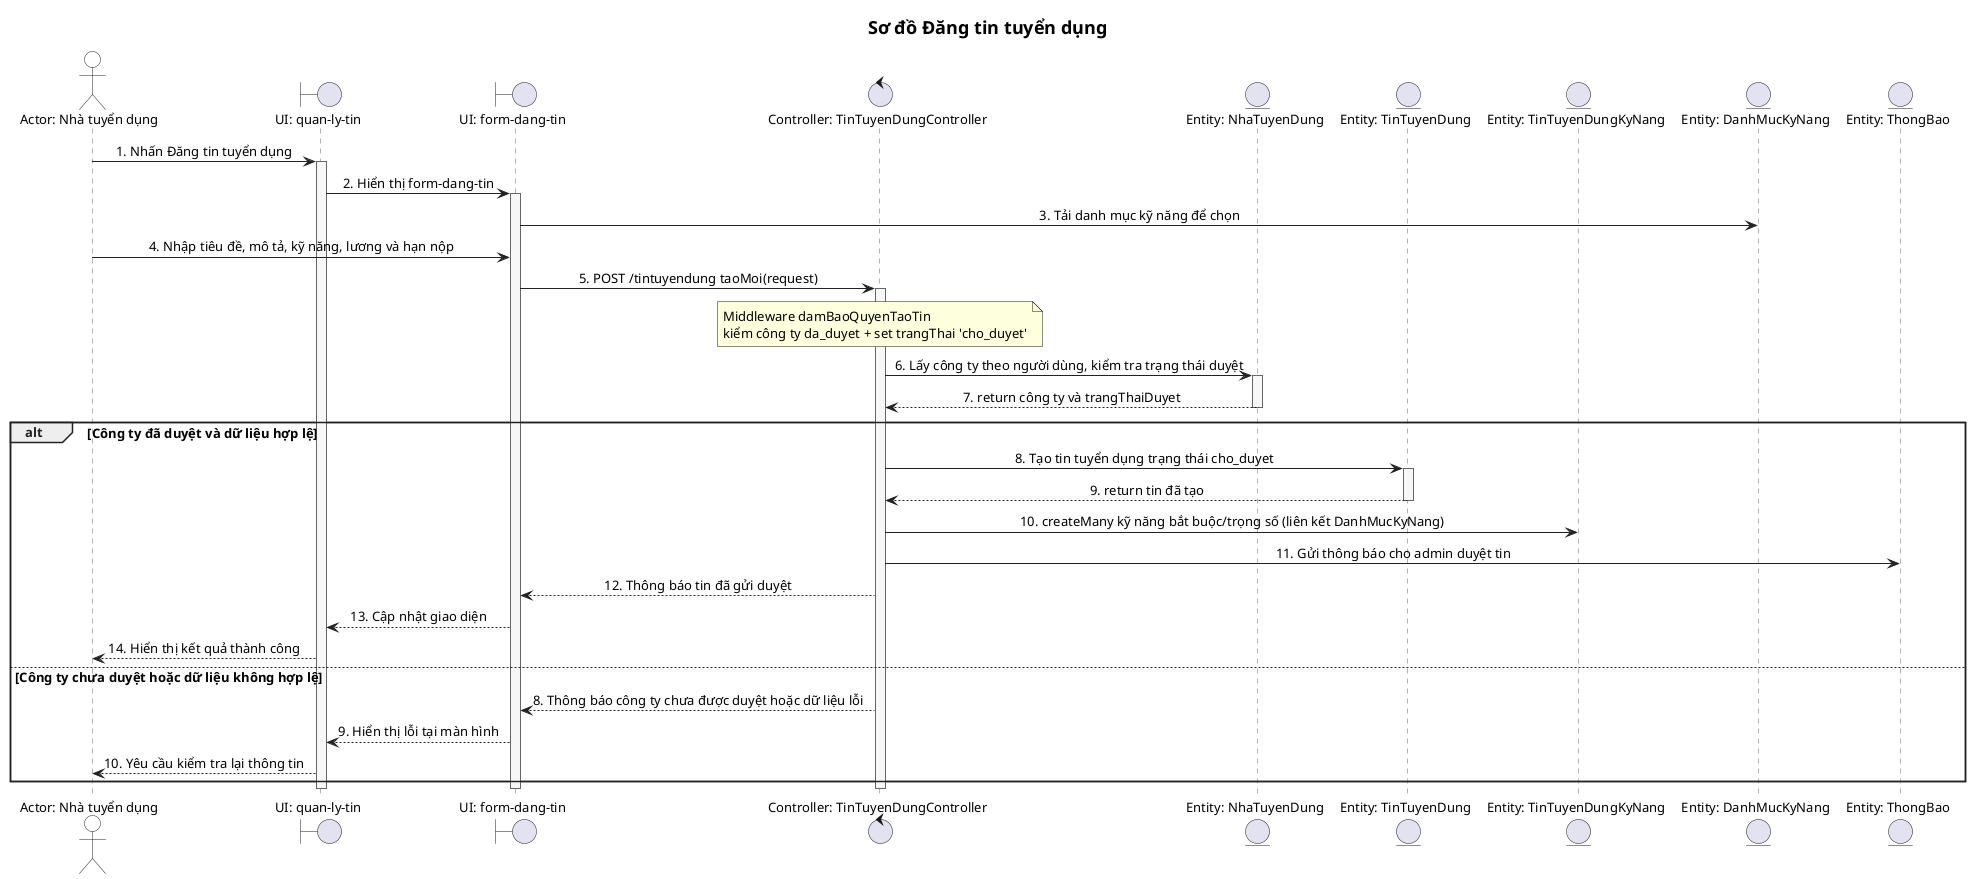
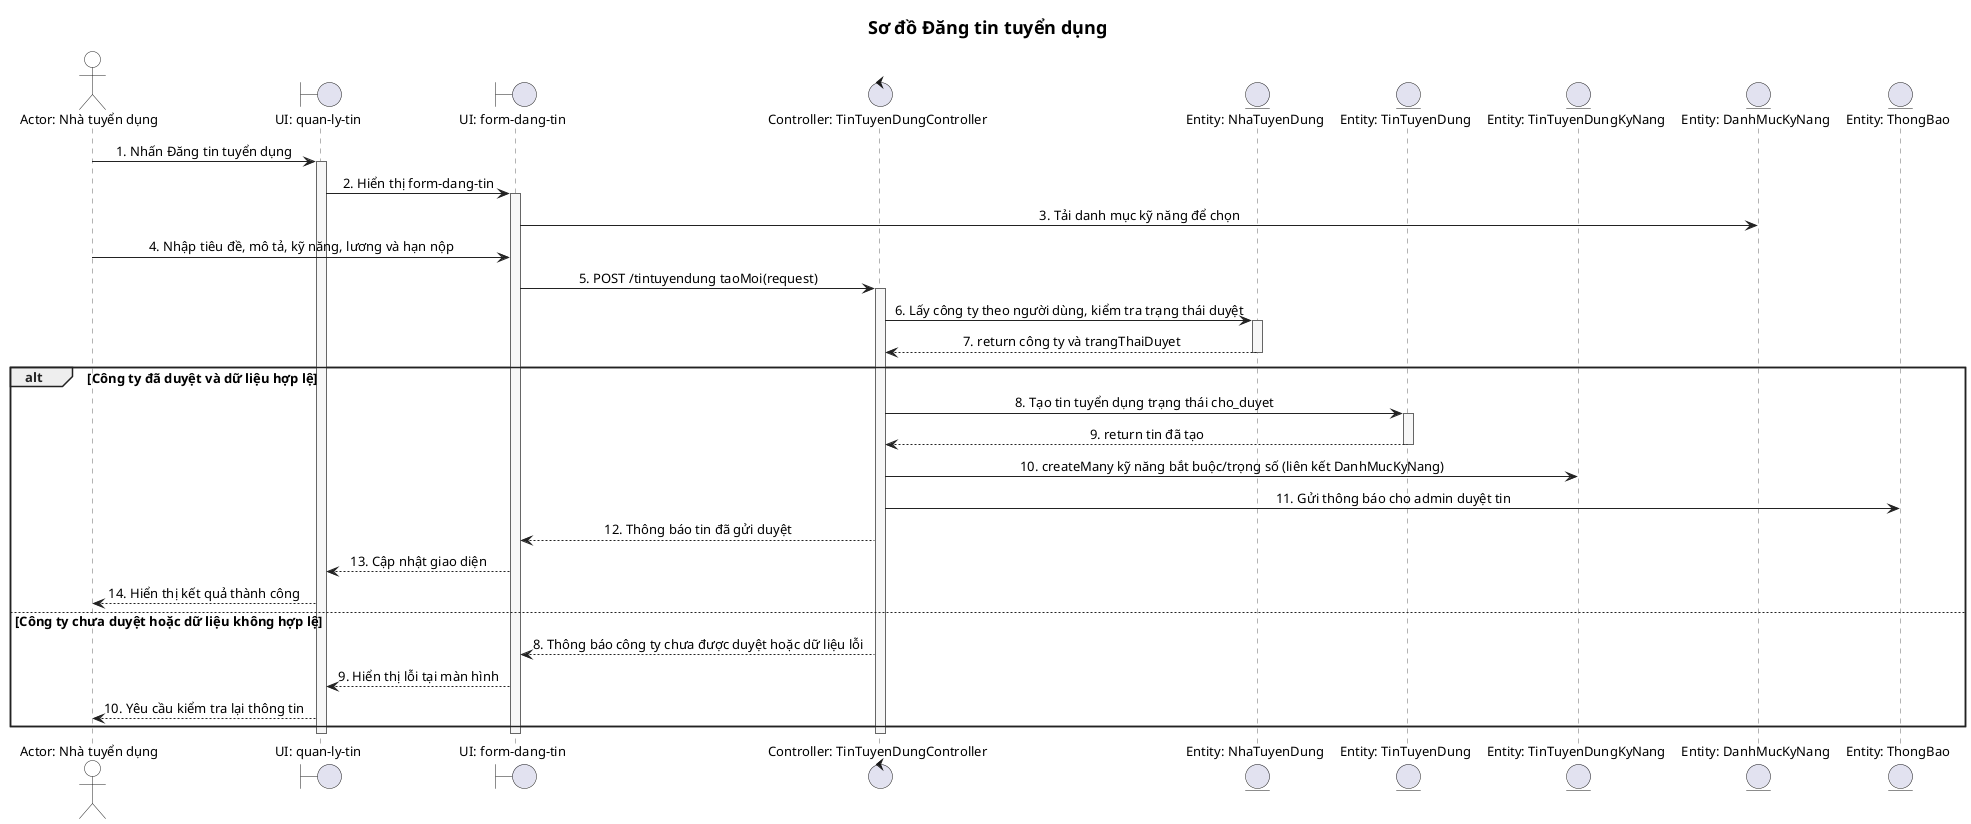
@startuml
skinparam defaultFontName "Segoe UI"
skinparam titleFontName "Segoe UI"
skinparam defaultFontSize 13
skinparam titleFontSize 18
skinparam shadowing false
skinparam linetype ortho
skinparam sequenceMessageAlign center
skinparam sequence {
  ArrowColor #222222
  LifeLineBorderColor #666666
  LifeLineBackgroundColor #F7F7F7
  ParticipantBorderColor #222222
  ParticipantBackgroundColor White
  ActorBorderColor #222222
  ActorBackgroundColor White
  BoxBorderColor #888888
  GroupBorderColor #222222
  GroupHeaderFontColor #222222
}
title Sơ đồ Đăng tin tuyển dụng

actor "Actor: Nhà tuyển dụng" as Actor
boundary "UI: quan-ly-tin" as UI
boundary "UI: form-dang-tin" as Form
control "Controller: TinTuyenDungController" as Controller
entity "Entity: NhaTuyenDung" as NhaTuyenDung
entity "Entity: TinTuyenDung" as MainEntity
entity "Entity: TinTuyenDungKyNang" as TinTuyenDungKyNang
entity "Entity: DanhMucKyNang" as DanhMucKyNang
entity "Entity: ThongBao" as ThongBao

Actor -> UI : 1. Nhấn Đăng tin tuyển dụng
activate UI
UI -> Form : 2. Hiển thị form-dang-tin
activate Form
Form -> DanhMucKyNang : 3. Tải danh mục kỹ năng để chọn
Actor -> Form : 4. Nhập tiêu đề, mô tả, kỹ năng, lương và hạn nộp
Form -> Controller : 5. POST /tintuyendung taoMoi(request)
activate Controller
- note over Controller : Middleware damBaoQuyenTaoTin\nkiểm công ty da_duyet + set trangThai 'cho_duyet'
Controller -> NhaTuyenDung : 6. Lấy công ty theo người dùng, kiểm tra trạng thái duyệt
activate NhaTuyenDung
NhaTuyenDung --> Controller : 7. return công ty và trangThaiDuyet
deactivate NhaTuyenDung

alt Công ty đã duyệt và dữ liệu hợp lệ
  Controller -> MainEntity : 8. Tạo tin tuyển dụng trạng thái cho_duyet
  activate MainEntity
  MainEntity --> Controller : 9. return tin đã tạo
  deactivate MainEntity
  Controller -> TinTuyenDungKyNang : 10. createMany kỹ năng bắt buộc/trọng số (liên kết DanhMucKyNang)
  Controller -> ThongBao : 11. Gửi thông báo cho admin duyệt tin
  Controller --> Form : 12. Thông báo tin đã gửi duyệt
  Form --> UI : 13. Cập nhật giao diện
  UI --> Actor : 14. Hiển thị kết quả thành công
else Công ty chưa duyệt hoặc dữ liệu không hợp lệ
  Controller --> Form : 8. Thông báo công ty chưa được duyệt hoặc dữ liệu lỗi
  Form --> UI : 9. Hiển thị lỗi tại màn hình
  UI --> Actor : 10. Yêu cầu kiểm tra lại thông tin
end
deactivate Controller
deactivate Form
deactivate UI
@enduml
